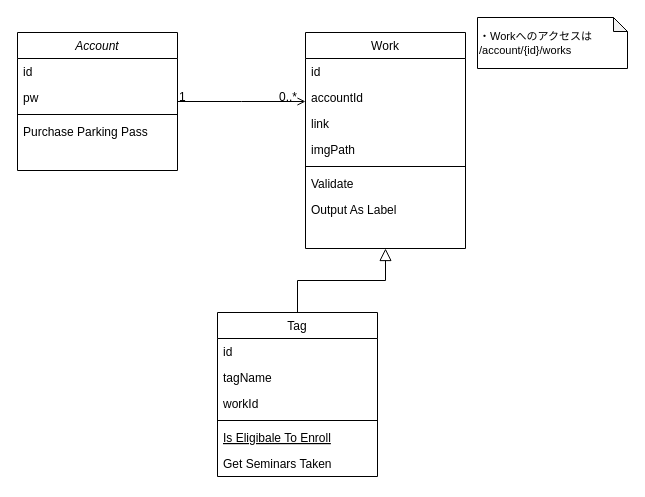
Earlier version of the draw.io diagram page "Class" (2 of 3) of docs/myportfolio-model.drawio (tonamao/myPortfolio). Source tidied: cells renumbered, new cells numbered last; positions are measured from the earlier drawing's top-left corner, leaving out a move shared by most shapes. Both pictures are drawn from the tidied source at 100%, with x=0, y=0 at pixel (17, 17).
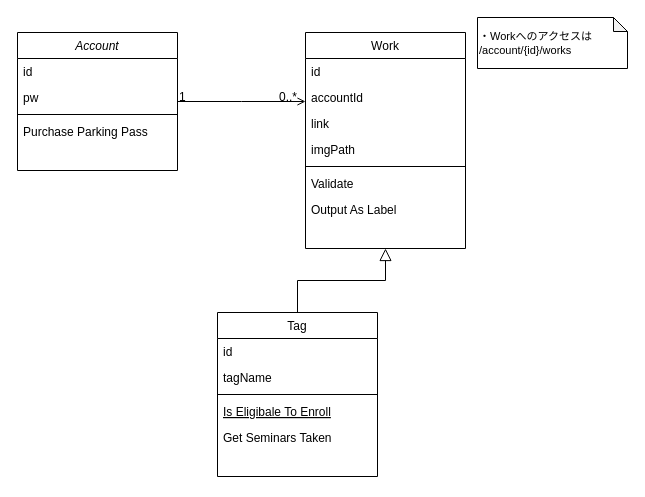
The same diagram, later.

Unchanged cells that the change refers to:
```xml
<mxCell id="19" value="Tag" style="swimlane;fontStyle=0;align=center;verticalAlign=top;horizontal=1;startSize=26;rounded=0;shadow=0;strokeWidth=1;" parent="1" vertex="1">
  <mxGeometry x="200" y="295" width="160" height="164" as="geometry" />
</mxCell>
```

The edit, as a diff of the source:
```diff
@@
-    <mxCell id="22" value="workId" style="text;align=left;verticalAlign=top;spacingLeft=4;spacingRight=4;overflow=hidden;rounded=0;shadow=0;html=0;" parent="19" vertex="1">
-      <mxGeometry y="78" width="160" height="26" as="geometry" />
-    </mxCell>
     <mxCell id="23" style="line;html=1;strokeWidth=1;align=left;verticalAlign=middle;spacingTop=-1;spacingLeft=3;spacingRight=3;labelPosition=right;" parent="19" vertex="1">
-      <mxGeometry y="104" width="160" height="8" as="geometry" />
+      <mxGeometry y="78" width="160" height="8" as="geometry" />
     </mxCell>
     <mxCell id="24" value="Is Eligibale To Enroll" style="text;align=left;verticalAlign=top;spacingLeft=4;spacingRight=4;overflow=hidden;fontStyle=4;" parent="19" vertex="1">
-      <mxGeometry y="112" width="160" height="26" as="geometry" />
+      <mxGeometry y="86" width="160" height="26" as="geometry" />
     </mxCell>
     <mxCell id="25" value="Get Seminars Taken" style="text;align=left;verticalAlign=top;spacingLeft=4;spacingRight=4;overflow=hidden;" parent="19" vertex="1">
-      <mxGeometry y="138" width="160" height="26" as="geometry" />
+      <mxGeometry y="112" width="160" height="26" as="geometry" />
     </mxCell>
```
